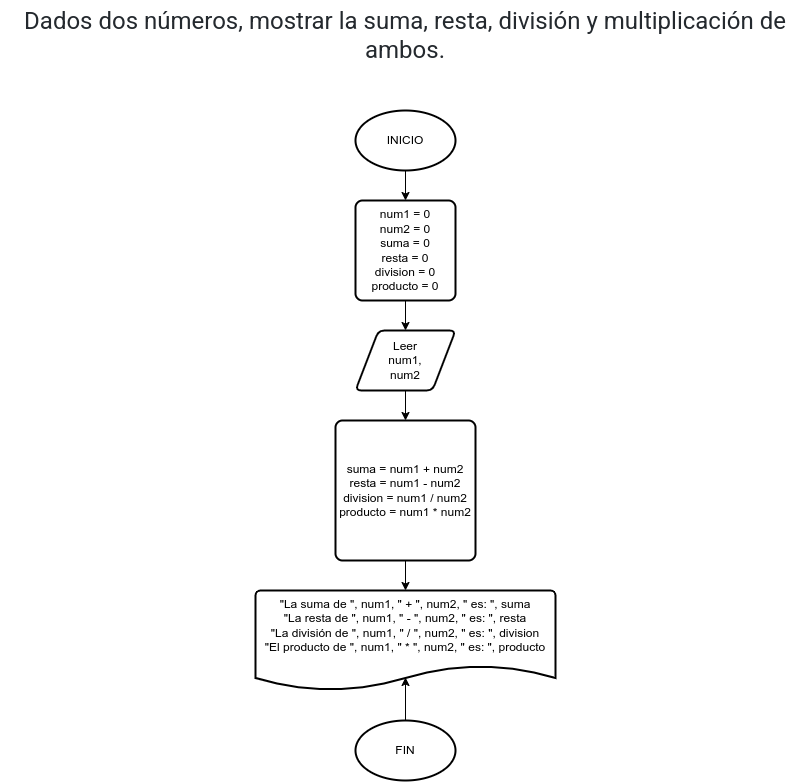
Before: Secuencia/Ejercicio 4/Ejercicio4DFD.png, a diagram exported from draw.io (cardozoaldama/algoritmia-basica). Source tidied: cells renumbered, new cells last; positions are measured from the earlier drawing's top-left corner, leaving out a move shared by most shapes. Its diagram source:
```xml
<mxGraphModel>
  <root>
    <mxCell id="0" />
    <mxCell id="1" parent="0" />
    <mxCell id="2" style="group;" parent="1" vertex="1">
      <mxGeometry width="810" height="780" as="geometry" />
    </mxCell>
    <mxCell id="3" value="&lt;span style=&quot;color: rgb(36, 41, 46); font-family: -apple-system, BlinkMacSystemFont, Roboto, &amp;quot;Segoe UI&amp;quot;, &amp;quot;Helvetica Neue&amp;quot;, &amp;quot;Lucida Grande&amp;quot;, Arial, sans-serif; font-size: 24px; font-style: normal; font-variant-ligatures: normal; font-variant-caps: normal; font-weight: 400; letter-spacing: normal; orphans: 3; text-indent: 0px; text-transform: none; widows: 3; word-spacing: 0px; -webkit-text-stroke-width: 0px; background-color: rgb(255, 255, 255); text-decoration-thickness: initial; text-decoration-style: initial; text-decoration-color: initial; float: none; display: inline !important;&quot;&gt;Dados dos números, mostrar la suma, resta, división y multiplicación de ambos.&lt;/span&gt;" style="text;whiteSpace=wrap;html=1;fontSize=24;align=center;" parent="2" vertex="1">
      <mxGeometry width="810" height="70" as="geometry" />
    </mxCell>
    <mxCell id="4" value="INICIO" style="strokeWidth=2;html=1;shape=mxgraph.flowchart.start_1;whiteSpace=wrap;" parent="2" vertex="1">
      <mxGeometry x="355" y="110" width="100" height="60" as="geometry" />
    </mxCell>
    <mxCell id="5" value="num1 = 0&lt;br&gt;num2 = 0&lt;br&gt;suma = 0&lt;br&gt;resta = 0&lt;br&gt;division = 0&lt;br&gt;producto = 0" style="rounded=1;whiteSpace=wrap;html=1;absoluteArcSize=1;arcSize=14;strokeWidth=2;" parent="2" vertex="1">
      <mxGeometry x="355" y="200" width="100" height="100" as="geometry" />
    </mxCell>
    <mxCell id="6" style="edgeStyle=orthogonalEdgeStyle;rounded=0;jettySize=auto;html=1;exitX=0.5;exitY=1;exitDx=0;exitDy=0;exitPerimeter=0;entryX=0.5;entryY=0;entryDx=0;entryDy=0;" parent="2" edge="1" source="4" target="5">
      <mxGeometry relative="1" as="geometry" />
    </mxCell>
    <mxCell id="7" value="Leer&lt;br&gt;num1,&lt;br&gt;num2" style="shape=parallelogram;html=1;strokeWidth=2;perimeter=parallelogramPerimeter;whiteSpace=wrap;rounded=1;arcSize=12;size=0.23;" parent="2" vertex="1">
      <mxGeometry x="355" y="330" width="100" height="60" as="geometry" />
    </mxCell>
    <mxCell id="8" style="edgeStyle=orthogonalEdgeStyle;rounded=0;jettySize=auto;html=1;exitX=0.5;exitY=1;exitDx=0;exitDy=0;entryX=0.5;entryY=0;entryDx=0;entryDy=0;" parent="2" edge="1" source="5" target="7">
      <mxGeometry relative="1" as="geometry" />
    </mxCell>
    <mxCell id="9" value="suma = num1 + num2&lt;br&gt;resta = num1 - num2&lt;br&gt;division = num1 / num2&lt;br&gt;producto = num1 * num2" style="rounded=1;whiteSpace=wrap;html=1;absoluteArcSize=1;arcSize=14;strokeWidth=2;" parent="2" vertex="1">
      <mxGeometry x="335" y="420" width="140" height="140" as="geometry" />
    </mxCell>
    <mxCell id="10" style="edgeStyle=orthogonalEdgeStyle;rounded=0;jettySize=auto;html=1;exitX=0.5;exitY=1;exitDx=0;exitDy=0;entryX=0.5;entryY=0;entryDx=0;entryDy=0;" parent="2" edge="1" source="7" target="9">
      <mxGeometry relative="1" as="geometry" />
    </mxCell>
    <mxCell id="11" value="&quot;La suma de &quot;, num1, &quot; + &quot;, num2, &quot; es: &quot;, suma&lt;br&gt;&quot;La resta de &quot;, num1, &quot; - &quot;, num2, &quot; es: &quot;, resta&lt;br&gt;&quot;La división de &quot;, num1, &quot; / &quot;, num2, &quot; es: &quot;, division&lt;br&gt;&quot;El producto de &quot;, num1, &quot; * &quot;, num2, &quot; es: &quot;, producto" style="strokeWidth=2;html=1;shape=mxgraph.flowchart.document2;whiteSpace=wrap;size=0.25;verticalAlign=top;" parent="2" vertex="1">
      <mxGeometry x="255" y="590" width="300" height="100" as="geometry" />
    </mxCell>
    <mxCell id="12" style="edgeStyle=orthogonalEdgeStyle;rounded=0;jettySize=auto;html=1;exitX=0.5;exitY=1;exitDx=0;exitDy=0;entryX=0.5;entryY=0;entryDx=0;entryDy=0;entryPerimeter=0;" parent="2" edge="1" source="9" target="11">
      <mxGeometry relative="1" as="geometry" />
    </mxCell>
    <mxCell id="13" style="edgeStyle=orthogonalEdgeStyle;rounded=0;jettySize=auto;html=1;exitX=0.5;exitY=0;exitDx=0;exitDy=0;exitPerimeter=0;entryX=0.5;entryY=0.87;entryDx=0;entryDy=0;entryPerimeter=0;" parent="2" edge="1" source="14" target="11">
      <mxGeometry relative="1" as="geometry" />
    </mxCell>
    <mxCell id="14" value="FIN" style="strokeWidth=2;html=1;shape=mxgraph.flowchart.start_1;whiteSpace=wrap;" parent="2" vertex="1">
      <mxGeometry x="355" y="720" width="100" height="60" as="geometry" />
    </mxCell>
  </root>
</mxGraphModel>
```
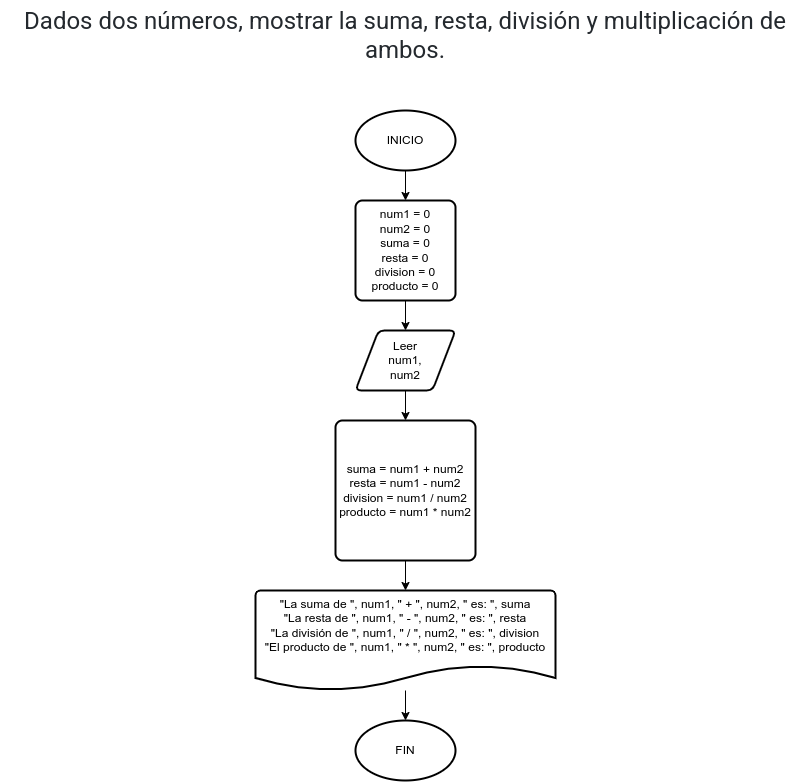
Above is the later version.

The edit, as a diff of the source:
```diff
@@ -35,11 +35,11 @@
     <mxCell id="12" style="edgeStyle=orthogonalEdgeStyle;rounded=0;jettySize=auto;html=1;exitX=0.5;exitY=1;exitDx=0;exitDy=0;entryX=0.5;entryY=0;entryDx=0;entryDy=0;entryPerimeter=0;" parent="2" edge="1" source="9" target="11">
       <mxGeometry relative="1" as="geometry" />
     </mxCell>
-    <mxCell id="13" style="edgeStyle=orthogonalEdgeStyle;rounded=0;jettySize=auto;html=1;exitX=0.5;exitY=0;exitDx=0;exitDy=0;exitPerimeter=0;entryX=0.5;entryY=0.87;entryDx=0;entryDy=0;entryPerimeter=0;" parent="2" edge="1" source="14" target="11">
-      <mxGeometry relative="1" as="geometry" />
+    <mxCell id="13" value="FIN" style="strokeWidth=2;html=1;shape=mxgraph.flowchart.start_1;whiteSpace=wrap;" parent="2" vertex="1">
+      <mxGeometry x="355" y="720" width="100" height="60" as="geometry" />
     </mxCell>
-    <mxCell id="14" value="FIN" style="strokeWidth=2;html=1;shape=mxgraph.flowchart.start_1;whiteSpace=wrap;" parent="2" vertex="1">
-      <mxGeometry x="355" y="720" width="100" height="60" as="geometry" />
+    <mxCell id="14" style="edgeStyle=orthogonalEdgeStyle;rounded=0;jettySize=auto;html=1;" parent="2" edge="1" source="11" target="13">
+      <mxGeometry relative="1" as="geometry" />
     </mxCell>
   </root>
 </mxGraphModel>
```
